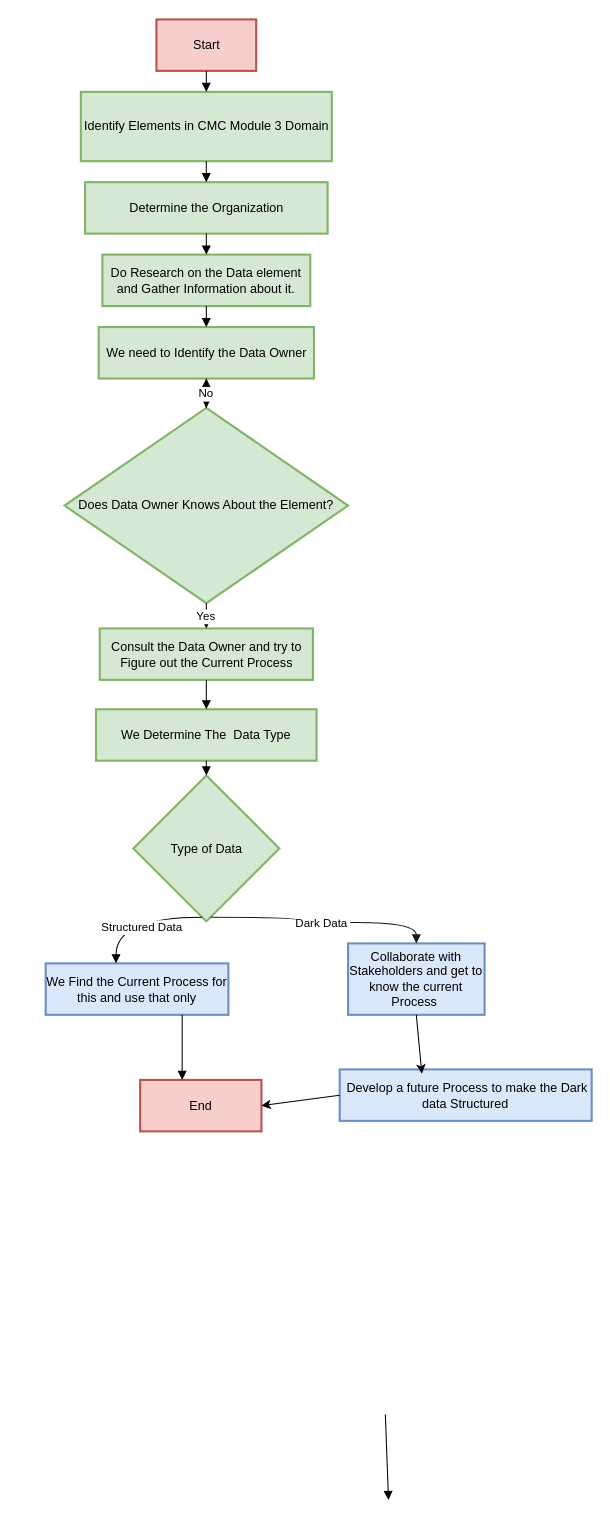
Before: a1.drawio in pavanaj007/pavanaj0071, a draw.io diagram. Source tidied: cells renumbered, new cells numbered last; positions are measured from the earlier drawing's top-left corner, leaving out a move shared by most shapes. Both pictures are drawn from the tidied source at 105%, with x=0, y=0 at pixel (45, 19).
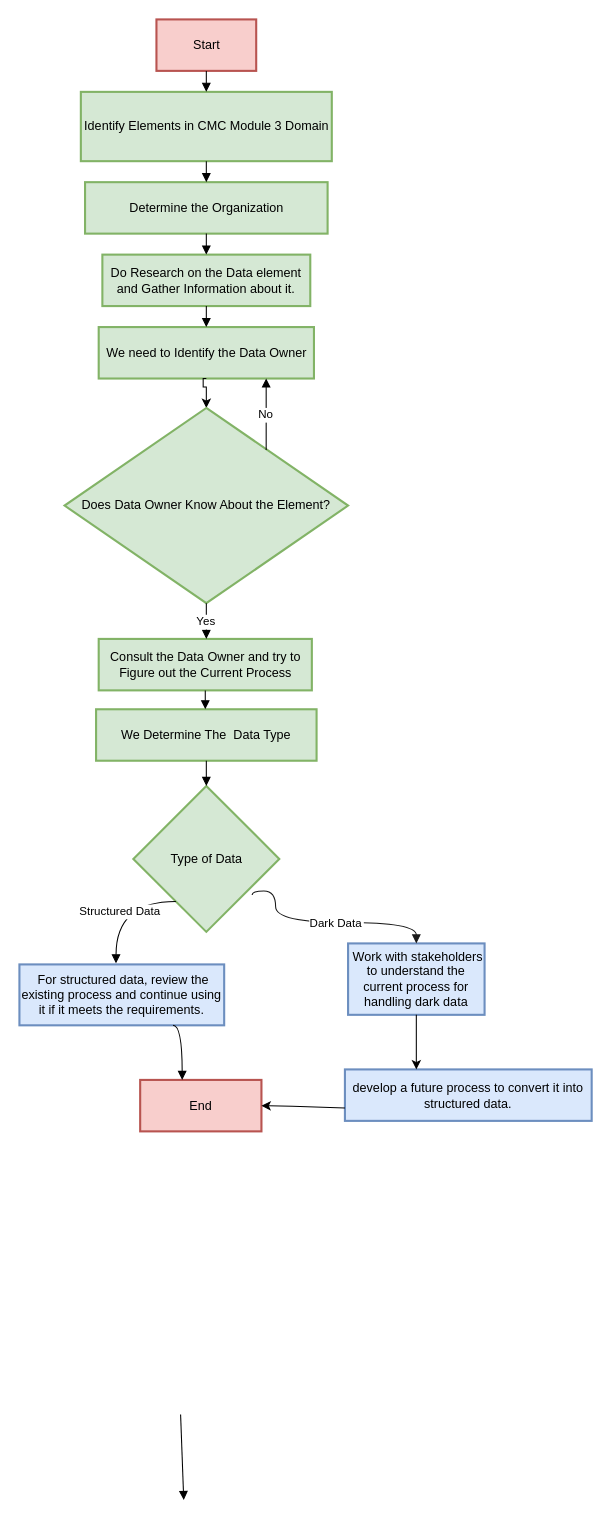
After the change.

The change refers to these unchanged cells:
```xml
<mxCell id="6" value="We need to Identify the Data Owner" style="whiteSpace=wrap;strokeWidth=2;fillColor=#d5e8d4;strokeColor=#82b366;" parent="1" vertex="1">
  <mxGeometry x="50.5" y="293" width="205" height="49" as="geometry" />
</mxCell>
<mxCell id="15" value="End" style="whiteSpace=wrap;strokeWidth=2;fillColor=#f8cecc;strokeColor=#b85450;" parent="1" vertex="1">
  <mxGeometry x="90" y="1010" width="115.5" height="49" as="geometry" />
</mxCell>
```

Diff of the diagram source:
```diff
@@
-    <mxCell id="7" style="edgeStyle=orthogonalEdgeStyle;rounded=0;jettySize=auto;html=1;" parent="1" edge="1" source="8">
+    <mxCell id="7" style="edgeStyle=orthogonalEdgeStyle;rounded=0;jettySize=auto;html=1;exitX=0.5;exitY=1;exitDx=0;exitDy=0;entryX=0.5;entryY=0;entryDx=0;entryDy=0;" parent="1" edge="1" source="6" target="8">
       <mxGeometry relative="1" as="geometry">
-        <mxPoint x="153" y="360" as="targetPoint" />
+        <Array as="points">
+          <mxPoint x="150" y="342" />
+          <mxPoint x="150" y="350" />
+          <mxPoint x="153" y="350" />
+        </Array>
       </mxGeometry>
     </mxCell>
-    <mxCell id="8" value="Does Data Owner Knows About the Element?" style="rhombus;strokeWidth=2;whiteSpace=wrap;fillColor=#d5e8d4;strokeColor=#82b366;" parent="1" vertex="1">
+    <mxCell id="8" value="Does Data Owner Know About the Element?" style="rhombus;strokeWidth=2;whiteSpace=wrap;fillColor=#d5e8d4;strokeColor=#82b366;" parent="1" vertex="1">
       <mxGeometry x="18" y="370" width="270" height="186" as="geometry" />
     </mxCell>
     <mxCell id="9" value="Consult the Data Owner and try to&#10;Figure out the Current Process" style="whiteSpace=wrap;strokeWidth=2;fillColor=#d5e8d4;strokeColor=#82b366;" parent="1" vertex="1">
-      <mxGeometry x="51.5" y="580" width="203" height="49" as="geometry" />
+      <mxGeometry x="50.5" y="590" width="203" height="49" as="geometry" />
     </mxCell>
@@
     <mxCell id="11" value="Type of Data" style="rhombus;strokeWidth=2;whiteSpace=wrap;fillColor=#d5e8d4;strokeColor=#82b366;" parent="1" vertex="1">
-      <mxGeometry x="83.5" y="720" width="139" height="139" as="geometry" />
+      <mxGeometry x="83.5" y="730" width="139" height="139" as="geometry" />
     </mxCell>
-    <mxCell id="12" value="We Find the Current Process for this and use that only" style="whiteSpace=wrap;strokeWidth=2;fillColor=#dae8fc;strokeColor=#6c8ebf;" parent="1" vertex="1">
-      <mxGeometry y="899" width="174" height="49" as="geometry" />
+    <mxCell id="12" value=" For structured data, review the existing process and continue using it if it meets the requirements." style="whiteSpace=wrap;strokeWidth=2;fillColor=#dae8fc;strokeColor=#6c8ebf;" parent="1" vertex="1">
+      <mxGeometry x="-25" y="900" width="195" height="58" as="geometry" />
     </mxCell>
-    <mxCell id="13" value="Collaborate with Stakeholders and get to know the current Process " style="whiteSpace=wrap;strokeWidth=2;fillColor=#dae8fc;strokeColor=#6c8ebf;" parent="1" vertex="1">
+    <mxCell id="13" value=" Work with stakeholders to understand the current process for handling dark data" style="whiteSpace=wrap;strokeWidth=2;fillColor=#dae8fc;strokeColor=#6c8ebf;" parent="1" vertex="1">
       <mxGeometry x="288" y="880" width="130" height="68" as="geometry" />
     </mxCell>
-    <mxCell id="14" value=" Develop a future Process to make the Dark data Structured" style="whiteSpace=wrap;strokeWidth=2;fillColor=#dae8fc;strokeColor=#6c8ebf;" parent="1" vertex="1">
-      <mxGeometry x="280" y="1000" width="240" height="49" as="geometry" />
+    <mxCell id="14" value="develop a future process to convert it into structured data." style="whiteSpace=wrap;strokeWidth=2;fillColor=#dae8fc;strokeColor=#6c8ebf;" parent="1" vertex="1">
+      <mxGeometry x="285" y="1000" width="235" height="49" as="geometry" />
     </mxCell>
@@
-    <mxCell id="20" style="curved=1;startArrow=none;endArrow=block;rounded=0;edgeStyle=orthogonalEdgeStyle;" parent="1" edge="1" source="6" target="8">
-      <mxGeometry relative="1" as="geometry">
-        <Array as="points">
-          <mxPoint x="153" y="337" />
-          <mxPoint x="153" y="357" />
-        </Array>
-      </mxGeometry>
-    </mxCell>
@@
-    <mxCell id="22" value="No" style="curved=1;startArrow=none;endArrow=block;rounded=0;edgeStyle=orthogonalEdgeStyle;" parent="1" edge="1" source="8" target="6">
-      <mxGeometry relative="1" as="geometry" />
+    <mxCell id="22" value="No" style="curved=1;startArrow=none;endArrow=block;rounded=0;edgeStyle=orthogonalEdgeStyle;" parent="1" edge="1" target="6">
+      <mxGeometry relative="1" as="geometry">
+        <mxPoint x="210" y="410" as="sourcePoint" />
+        <Array as="points">
+          <mxPoint x="210" y="360" />
+          <mxPoint x="210" y="360" />
+        </Array>
+      </mxGeometry>
     </mxCell>
@@
-    <mxCell id="25" value="Structured Data" style="curved=1;startArrow=none;endArrow=block;rounded=0;edgeStyle=orthogonalEdgeStyle;" parent="1" edge="1" source="11" target="12">
+    <mxCell id="25" value="Structured Data" style="curved=1;startArrow=none;endArrow=block;rounded=0;edgeStyle=orthogonalEdgeStyle;" parent="1" edge="1" source="11">
       <mxGeometry x="-0.09" y="9" relative="1" as="geometry">
+        <mxPoint x="67" y="899" as="targetPoint" />
         <Array as="points">
-          <mxPoint x="153" y="840" />
-          <mxPoint x="153" y="855" />
-          <mxPoint x="67" y="855" />
-          <mxPoint x="67" y="860" />
+          <mxPoint x="67" y="840" />
         </Array>
       </mxGeometry>
     </mxCell>
-    <mxCell id="26" value="Dark Data" style="curved=1;startArrow=none;endArrow=block;rounded=0;strokeColor=#1A1A1A;edgeStyle=orthogonalEdgeStyle;" parent="1" edge="1" source="11" target="13">
-      <mxGeometry relative="1" as="geometry">
+    <mxCell id="26" value="Dark Data" style="curved=1;startArrow=none;endArrow=block;rounded=0;strokeColor=#1A1A1A;edgeStyle=orthogonalEdgeStyle;exitX=0.814;exitY=0.748;exitDx=0;exitDy=0;exitPerimeter=0;" parent="1" edge="1" source="11" target="13">
+      <mxGeometry x="0.08" relative="1" as="geometry">
         <Array as="points">
-          <mxPoint x="153" y="840" />
-          <mxPoint x="153" y="855" />
-          <mxPoint x="239" y="855" />
-          <mxPoint x="239" y="860" />
+          <mxPoint x="197" y="830" />
+          <mxPoint x="219" y="830" />
+          <mxPoint x="219" y="860" />
+          <mxPoint x="353" y="860" />
         </Array>
       </mxGeometry>
     </mxCell>
     <mxCell id="27" style="curved=1;startArrow=none;endArrow=block;exitX=0.554;exitY=0.98;entryX=0.5;entryY=0.01;rounded=0;exitDx=0;exitDy=0;exitPerimeter=0;" parent="1" edge="1">
       <mxGeometry relative="1" as="geometry">
-        <mxPoint x="323.5" y="1328.6" as="sourcePoint" />
-        <mxPoint x="326.5" y="1410" as="targetPoint" />
+        <mxPoint x="128.5" y="1328.6" as="sourcePoint" />
+        <mxPoint x="131.5" y="1410" as="targetPoint" />
       </mxGeometry>
     </mxCell>
-    <mxCell id="28" style="curved=1;startArrow=none;endArrow=block;rounded=0;exitDx=0;exitDy=0;edgeStyle=orthogonalEdgeStyle;" parent="1" edge="1" source="12" target="15">
+    <mxCell id="28" style="curved=1;startArrow=none;endArrow=block;rounded=0;edgeStyle=orthogonalEdgeStyle;exitX=0.75;exitY=1;exitDx=0;exitDy=0;" parent="1" edge="1" source="12" target="15">
       <mxGeometry relative="1" as="geometry">
         <Array as="points">
-          <mxPoint x="130" y="980" />
-          <mxPoint x="130" y="980" />
+          <mxPoint x="130" y="958" />
         </Array>
       </mxGeometry>
     </mxCell>
-    <mxCell id="29" style="endArrow=classic;html=1;rounded=0;exitX=0.5;exitY=1;exitDx=0;exitDy=0;entryX=0.326;entryY=0.082;entryDx=0;entryDy=0;entryPerimeter=0;" parent="1" edge="1" source="13" target="14">
-      <mxGeometry relative="1" as="geometry" />
+    <mxCell id="29" style="endArrow=classic;html=1;rounded=0;exitX=0.5;exitY=1;exitDx=0;exitDy=0;" parent="1" edge="1" source="13">
+      <mxGeometry relative="1" as="geometry">
+        <mxPoint x="353" y="1000" as="targetPoint" />
+        <Array as="points">
+          <mxPoint x="353" y="980" />
+        </Array>
+      </mxGeometry>
     </mxCell>
-    <mxCell id="30" style="endArrow=classic;html=1;rounded=0;entryX=1;entryY=0.5;entryDx=0;entryDy=0;exitX=0;exitY=0.5;exitDx=0;exitDy=0;" parent="1" edge="1" source="14" target="15">
-      <mxGeometry relative="1" as="geometry" />
+    <mxCell id="30" style="endArrow=classic;html=1;rounded=0;entryX=1;entryY=0.5;entryDx=0;entryDy=0;exitX=0;exitY=0.75;exitDx=0;exitDy=0;" parent="1" edge="1" source="14" target="15">
+      <mxGeometry relative="1" as="geometry">
+        <Array as="points">
+          <mxPoint x="235" y="1035" />
+        </Array>
+      </mxGeometry>
     </mxCell>
```
